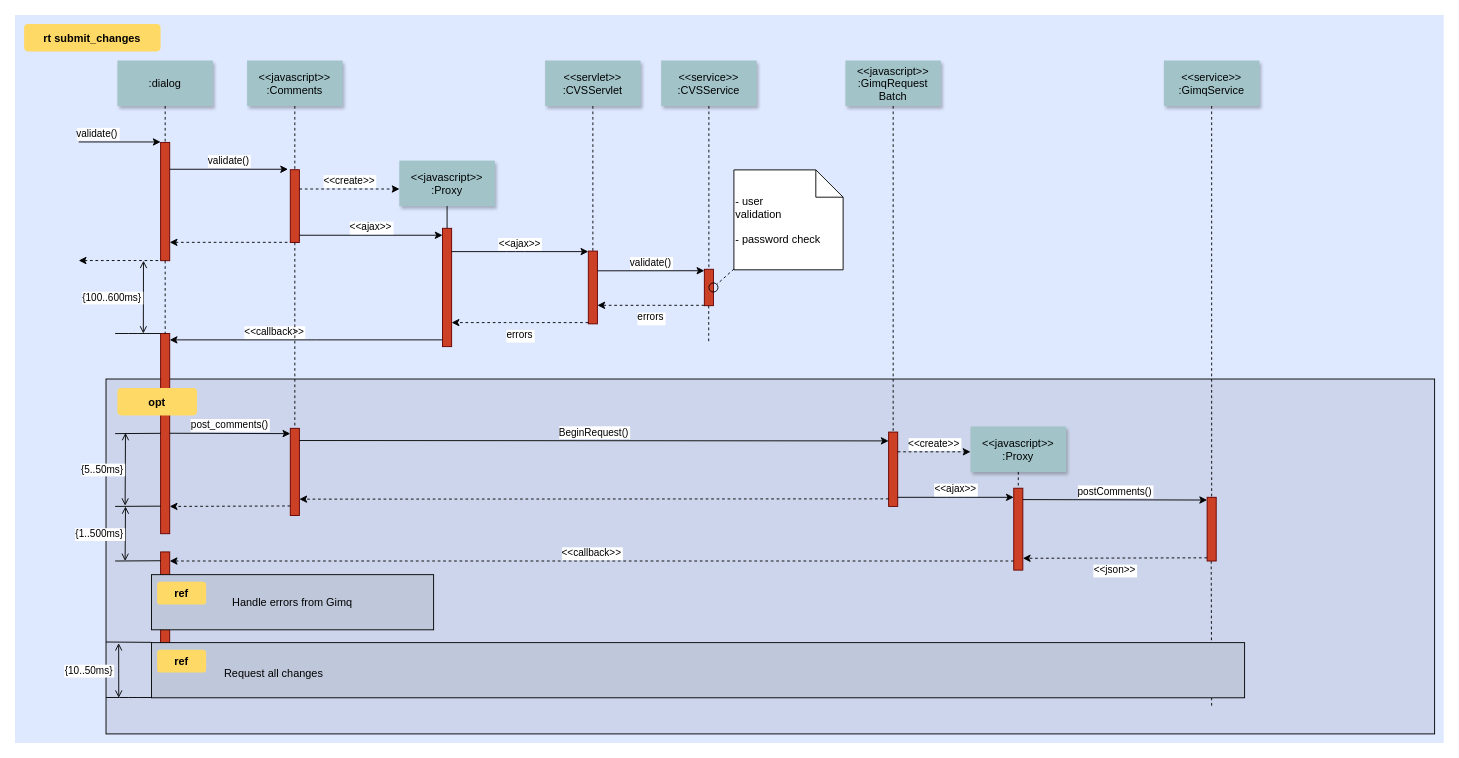
The draw.io diagram UML/未命名绘图.drawio in felix-jjbb/graph, before the edit. Source tidied: cells renumbered, new cells numbered last; positions are measured from the earlier drawing's top-left corner, leaving out a move shared by most shapes. Both pictures are drawn from the tidied source at 91%, with x=0, y=0 at pixel (15, 15).
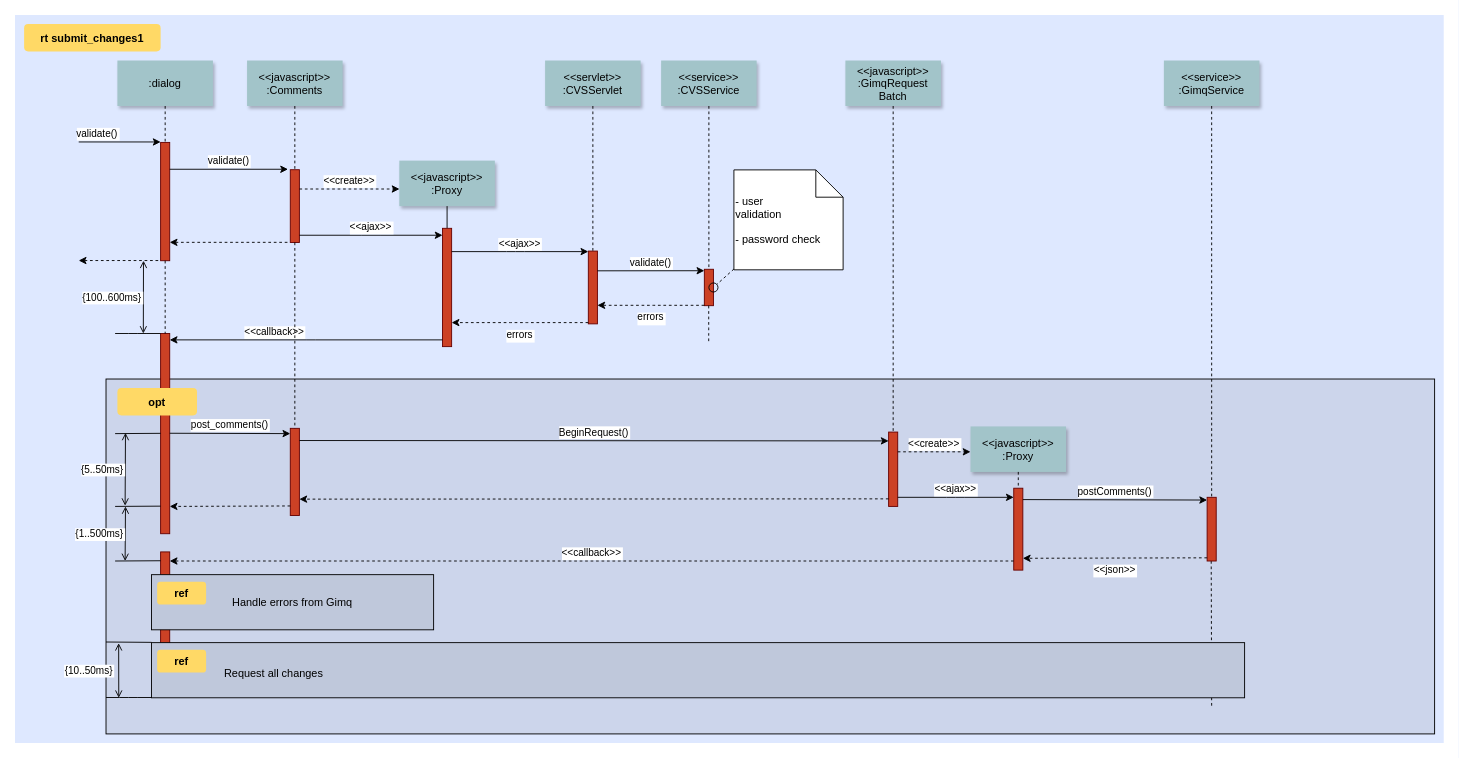
The same page after the edit.

Commit message:
更新未命名绘图.drawio

What changed in the source:
```diff
@@
-    <mxCell id="60" value="rt submit_changes" style="rounded=1;fontStyle=1;fillColor=#FFD966;strokeColor=none;" parent="1" vertex="1">
+    <mxCell id="60" value="rt submit_changes1" style="rounded=1;fontStyle=1;fillColor=#FFD966;strokeColor=none;" parent="1" vertex="1">
       <mxGeometry x="10" y="10" width="150" height="30" as="geometry" />
     </mxCell>
```
